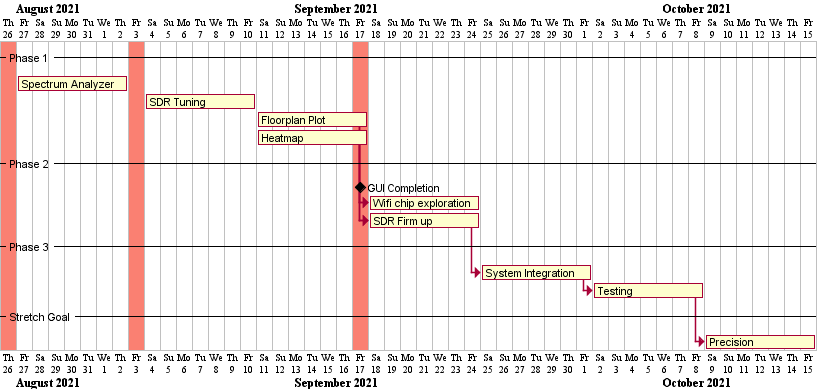
Earlier version of the PlantUML export docs/schedule.png (huats-club/citrus).
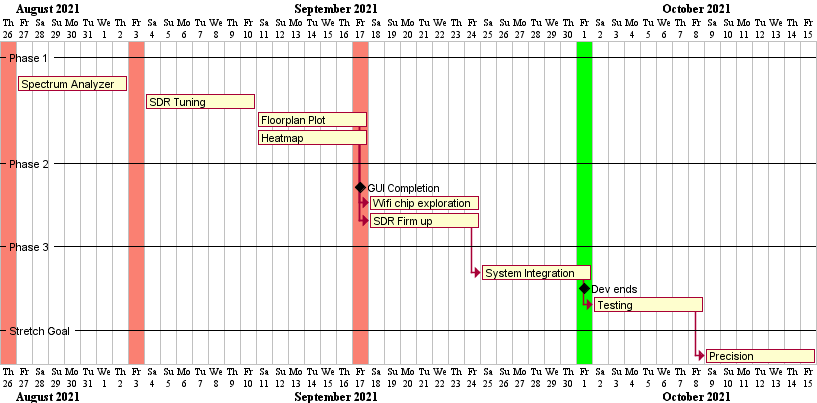
Later version of the same file.

Commit message:
add target end scope date in gantt

What changed in the source:
```diff
@@ -34,6 +34,8 @@
 [System Integration] starts at [SDR Firm up]'s end
 [System Integration] lasts 7 days
 
+[Dev ends] happens at [System Integration]'s end
+
 [Testing] starts at [System Integration]'s end
 [Testing] lasts 7 days
 
@@ -46,4 +48,6 @@
 2021/09/03 is colored in salmon
 2021/09/17 is colored in salmon
 
+2021/10/01 is colored in lime
+
 @endgantt
```
